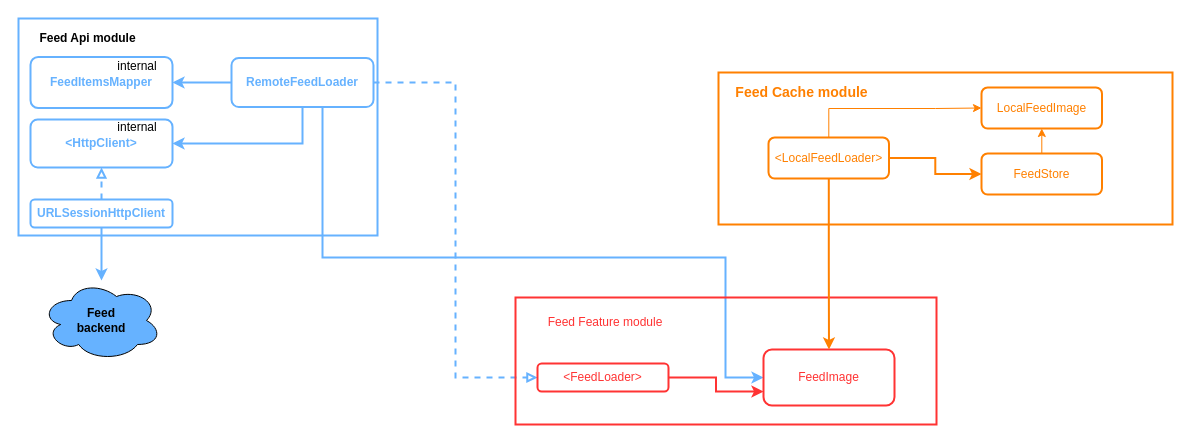
Above: FeedAppDiagram.drawio in ispiryan/FeedApp (draw.io), before the change. Source tidied: cells renumbered, new cells numbered last; positions are measured from the earlier drawing's top-left corner, leaving out a move shared by most shapes. Both pictures are drawn from the tidied source at 100%, with x=0, y=0 at pixel (18, 18).
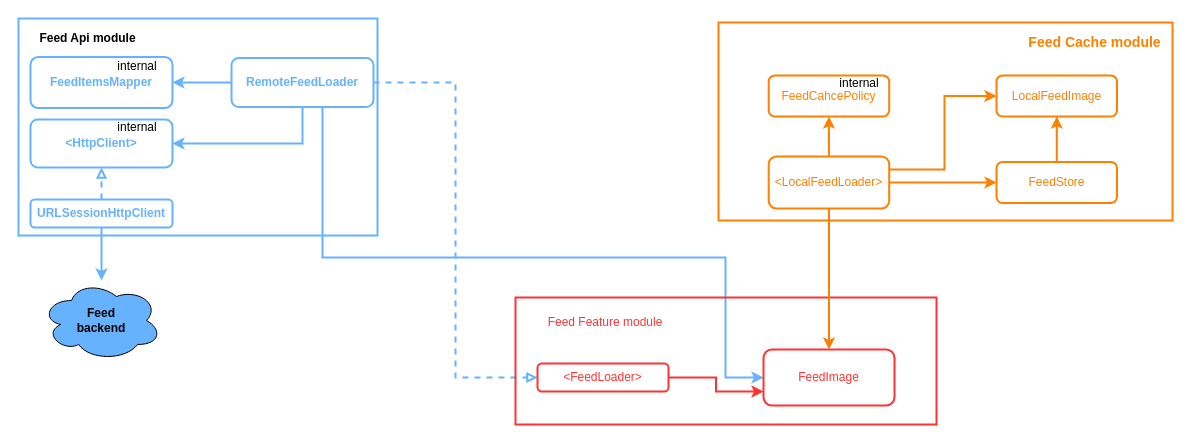
The same diagram, later.

Commit message (it also covers changes not shown here):
Update Dependency diagram.

Diff of the diagram source:
```diff
@@
     <mxCell id="21" style="group;" parent="1" vertex="1">
-      <mxGeometry x="700" y="54" width="454" height="152" as="geometry" />
+      <mxGeometry x="690" y="45" width="454" height="152" as="geometry" />
     </mxCell>
     <mxCell id="22" style="group;" parent="21" vertex="1">
-      <mxGeometry width="454" height="152" as="geometry" />
+      <mxGeometry x="10" y="5" width="454" height="152" as="geometry" />
     </mxCell>
     <mxCell id="23" style="rounded=0;whiteSpace=wrap;html=1;strokeColor=#FF8000;strokeWidth=2;fontColor=#FF3333;fillColor=none;" parent="22" vertex="1">
-      <mxGeometry width="454" height="152" as="geometry" />
+      <mxGeometry y="-46" width="454" height="198" as="geometry" />
     </mxCell>
-    <mxCell id="24" value="Feed Cache module" style="text;strokeColor=none;fillColor=none;align=center;verticalAlign=middle;rounded=0;fontColor=#FF8000;labelBackgroundColor=none;labelBorderColor=none;html=1;whiteSpace=wrap;fontStyle=1;fontSize=14;" parent="22" vertex="1">
-      <mxGeometry x="7" y="5" width="153" height="30" as="geometry" />
-    </mxCell>
+    <mxCell id="34" style="edgeStyle=orthogonalEdgeStyle;rounded=0;jettySize=auto;html=1;strokeWidth=2;strokeColor=#FF8000;" parent="22" edge="1" source="26" target="35">
+      <mxGeometry relative="1" as="geometry" />
+    </mxCell>
-    <mxCell id="25" style="edgeStyle=orthogonalEdgeStyle;rounded=0;jettySize=auto;html=1;entryX=0;entryY=0.5;entryDx=0;entryDy=0;strokeColor=#FF8000;" parent="22" edge="1" source="26" target="30">
+    <mxCell id="25" style="edgeStyle=orthogonalEdgeStyle;rounded=0;jettySize=auto;html=1;entryX=0;entryY=0.5;entryDx=0;entryDy=0;strokeColor=#FF8000;strokeWidth=2;exitX=1;exitY=0.25;exitDx=0;exitDy=0;" parent="22" edge="1" source="26" target="30">
       <mxGeometry relative="1" as="geometry">
         <Array as="points">
-          <mxPoint x="110" y="36" />
-          <mxPoint x="217" y="36" />
+          <mxPoint x="226" y="101" />
+          <mxPoint x="226" y="28" />
         </Array>
       </mxGeometry>
     </mxCell>
+    <mxCell id="29" style="edgeStyle=orthogonalEdgeStyle;rounded=0;jettySize=auto;html=1;strokeColor=#FF8000;strokeWidth=2;" parent="22" edge="1" source="26" target="28">
+      <mxGeometry relative="1" as="geometry" />
+    </mxCell>
     <mxCell id="26" value="&amp;lt;LocalFeedLoader&amp;gt;" style="rounded=1;whiteSpace=wrap;html=1;strokeColor=#FF8000;strokeWidth=2;fontColor=#FF8000;fillColor=none;" parent="22" vertex="1">
-      <mxGeometry x="50" y="65" width="120.5" height="41" as="geometry" />
+      <mxGeometry x="50.2" y="88" width="120.5" height="52" as="geometry" />
     </mxCell>
-    <mxCell id="27" style="edgeStyle=orthogonalEdgeStyle;rounded=0;jettySize=auto;html=1;entryX=0.5;entryY=1;entryDx=0;entryDy=0;strokeColor=#FF8000;" parent="22" edge="1" source="28" target="30">
+    <mxCell id="27" style="edgeStyle=orthogonalEdgeStyle;rounded=0;jettySize=auto;html=1;entryX=0.5;entryY=1;entryDx=0;entryDy=0;strokeColor=#FF8000;strokeWidth=2;" parent="22" edge="1" source="28" target="30">
       <mxGeometry relative="1" as="geometry" />
     </mxCell>
     <mxCell id="28" value="FeedStore" style="rounded=1;whiteSpace=wrap;html=1;strokeColor=#FF8000;strokeWidth=2;fontColor=#FF8000;fillColor=none;" parent="22" vertex="1">
-      <mxGeometry x="263" y="81" width="120.5" height="41" as="geometry" />
+      <mxGeometry x="278" y="93.5" width="120.5" height="41" as="geometry" />
     </mxCell>
-    <mxCell id="29" style="edgeStyle=orthogonalEdgeStyle;rounded=0;jettySize=auto;html=1;strokeColor=#FF8000;strokeWidth=2;fontSize=14;fontColor=#FF8000;" parent="22" edge="1" source="26" target="28">
-      <mxGeometry relative="1" as="geometry" />
-    </mxCell>
     <mxCell id="30" value="LocalFeedImage" style="rounded=1;whiteSpace=wrap;html=1;strokeColor=#FF8000;strokeWidth=2;fontColor=#FF8000;fillColor=none;" parent="22" vertex="1">
-      <mxGeometry x="263" y="15" width="120.5" height="41" as="geometry" />
+      <mxGeometry x="278" y="7" width="120.5" height="41" as="geometry" />
     </mxCell>
+    <mxCell id="35" value="FeedCahcePolicy" style="rounded=1;whiteSpace=wrap;html=1;strokeColor=#FF8000;strokeWidth=2;fontColor=#FF8000;fillColor=none;" parent="22" vertex="1">
+      <mxGeometry x="50.2" y="7" width="120.5" height="41" as="geometry" />
+    </mxCell>
+    <mxCell id="36" value="internal" style="text;html=1;strokeColor=none;fillColor=none;align=center;verticalAlign=middle;whiteSpace=wrap;rounded=0;" parent="22" vertex="1">
+      <mxGeometry x="110.8" width="60" height="30" as="geometry" />
+    </mxCell>
@@
+    <mxCell id="24" value="Feed Cache module" style="text;strokeColor=none;fillColor=none;align=center;verticalAlign=middle;rounded=0;fontColor=#FF8000;labelBackgroundColor=none;labelBorderColor=none;html=1;whiteSpace=wrap;fontStyle=1;fontSize=14;" parent="1" vertex="1">
+      <mxGeometry x="1000" y="9" width="153" height="30" as="geometry" />
+    </mxCell>
```
